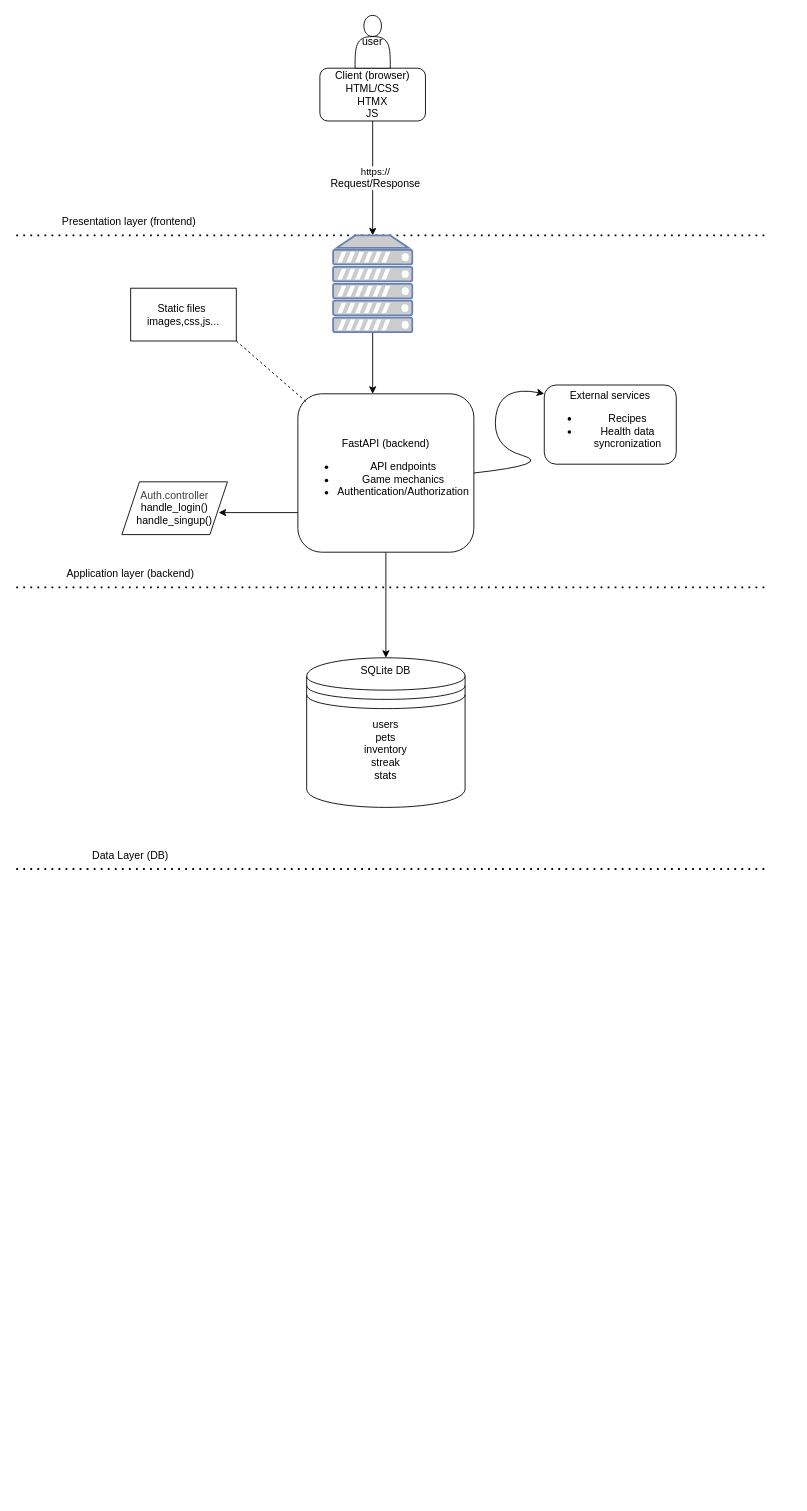
Above: docs/diagrams/architecture.drawio in MaksIMMum/TamagochiFit (draw.io), before the change. Source tidied: cells renumbered, new cells numbered last; positions are measured from the earlier drawing's top-left corner, leaving out a move shared by most shapes. Both pictures are drawn from the tidied source at 88%, with x=0, y=0 at pixel (16, 15).
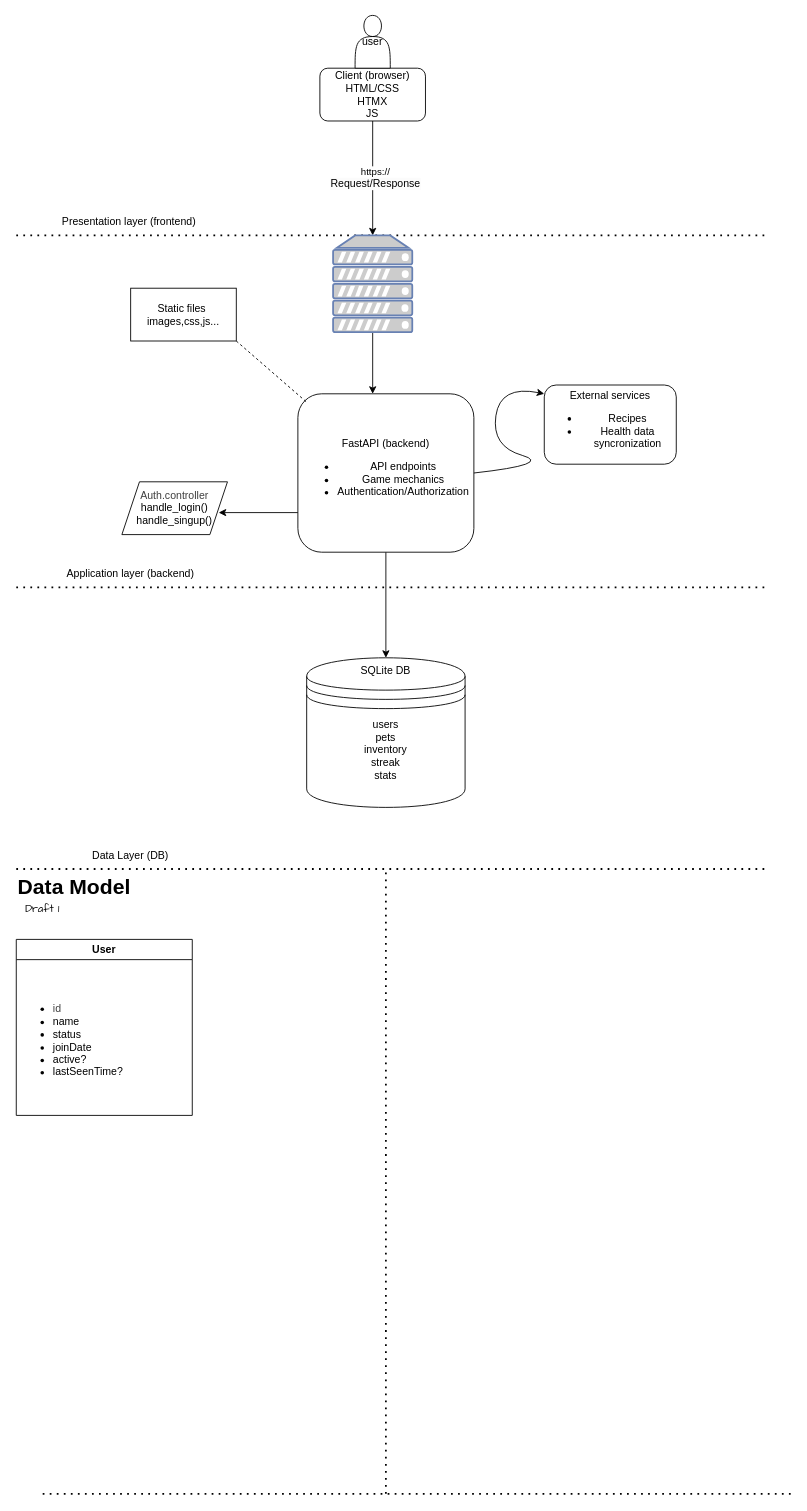
Above is the later version.

Diff of the diagram source:
```diff
@@
+    <mxCell id="24" value="&lt;h1 style=&quot;margin-top: 0px;&quot;&gt;Data Model&lt;/h1&gt;" style="text;html=1;whiteSpace=wrap;overflow=hidden;rounded=0;" parent="1" vertex="1">
+      <mxGeometry y="970" width="135" height="30" as="geometry" />
+    </mxCell>
+    <mxCell id="25" value="&lt;font face=&quot;Comic Sans MS&quot;&gt;Draft 1&lt;/font&gt;" style="text;html=1;align=center;verticalAlign=middle;whiteSpace=wrap;rounded=0;" parent="1" vertex="1">
+      <mxGeometry y="1000" width="60" height="30" as="geometry" />
+    </mxCell>
+    <mxCell id="26" value="User" style="swimlane;" parent="1" vertex="1">
+      <mxGeometry y="1050" width="200" height="200" as="geometry" />
+    </mxCell>
+    <mxCell id="27" value="&lt;ul&gt;&lt;li&gt;&lt;span style=&quot;color: rgb(63, 63, 63); background-color: transparent;&quot;&gt;id&lt;/span&gt;&lt;/li&gt;&lt;li&gt;name&lt;/li&gt;&lt;li&gt;status&lt;/li&gt;&lt;li&gt;joinDate&lt;/li&gt;&lt;li&gt;active?&lt;/li&gt;&lt;li&gt;lastSeenTime?&lt;/li&gt;&lt;/ul&gt;" style="text;strokeColor=none;fillColor=none;html=1;whiteSpace=wrap;verticalAlign=middle;overflow=hidden;" parent="26" vertex="1">
+      <mxGeometry y="30" width="200" height="170" as="geometry" />
+    </mxCell>
+    <mxCell id="28" style="endArrow=none;dashed=1;html=1;dashPattern=1 3;strokeWidth=2;" parent="1" edge="1">
+      <mxGeometry relative="1" as="geometry">
+        <mxPoint x="420" y="1680" as="sourcePoint" />
+        <mxPoint x="420" y="970" as="targetPoint" />
+        <Array as="points">
+          <mxPoint x="420" y="970" />
+        </Array>
+      </mxGeometry>
+    </mxCell>
+    <mxCell id="29" style="endArrow=none;dashed=1;html=1;dashPattern=1 3;strokeWidth=2;" parent="1" edge="1">
+      <mxGeometry relative="1" as="geometry">
+        <mxPoint x="30" y="1680" as="sourcePoint" />
+        <mxPoint x="880" y="1680" as="targetPoint" />
+      </mxGeometry>
+    </mxCell>
```
